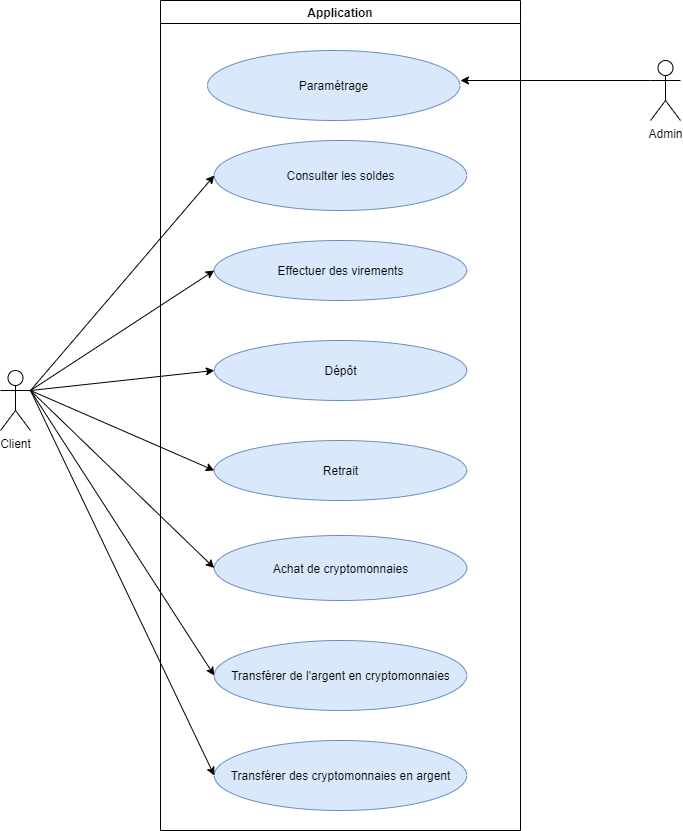
Before: diagrams/Use Case.png, a diagram exported from draw.io (SIO2-group/FulBank). Source tidied: cells renumbered, new cells last; positions are measured from the earlier drawing's top-left corner, leaving out a move shared by most shapes.
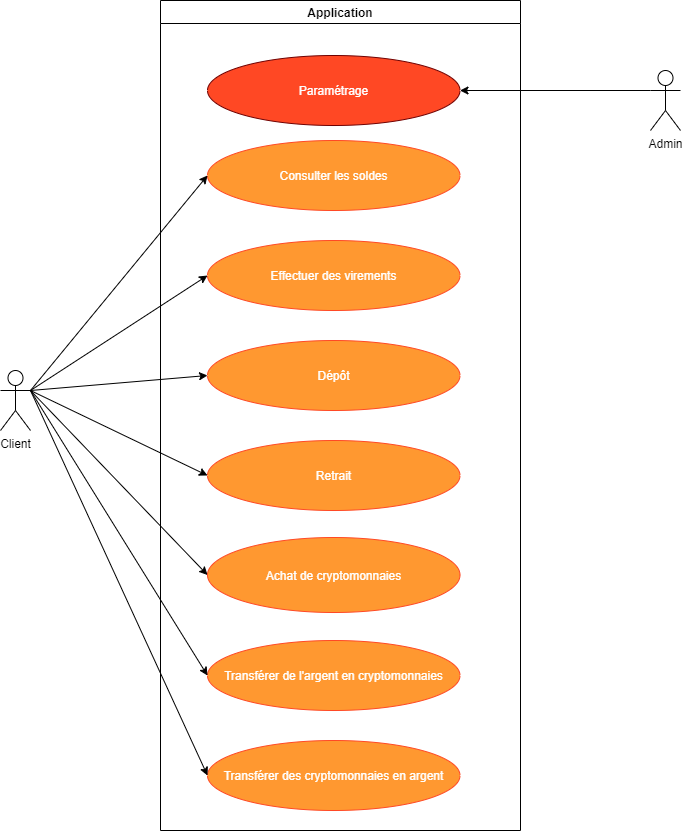
Later version of the same file.

What changed in the source:
```diff
@@ -8,30 +8,30 @@
     <mxCell id="3" value="Application" style="swimlane;" parent="1" vertex="1">
       <mxGeometry x="160" width="360" height="830" as="geometry" />
     </mxCell>
-    <mxCell id="4" value="Achat de cryptomonnaies" style="ellipse;whiteSpace=wrap;html=1;fillColor=#dae8fc;strokeColor=#6c8ebf;" parent="3" vertex="1">
-      <mxGeometry x="53.8" y="535" width="252.5" height="65" as="geometry" />
+    <mxCell id="4" value="Achat de cryptomonnaies" style="ellipse;whiteSpace=wrap;html=1;fontColor=#ffffff;fillColor=#FF9830;strokeColor=#FF4824;" parent="3" vertex="1">
+      <mxGeometry x="47" y="537" width="252.5" height="75" as="geometry" />
     </mxCell>
-    <mxCell id="5" value="Dépôt" style="ellipse;whiteSpace=wrap;html=1;fillColor=#dae8fc;strokeColor=#6c8ebf;" parent="3" vertex="1">
-      <mxGeometry x="53.8" y="340" width="252.5" height="60" as="geometry" />
+    <mxCell id="5" value="Dépôt" style="ellipse;whiteSpace=wrap;html=1;fontColor=#ffffff;fillColor=#FF9830;strokeColor=#FF4824;" parent="3" vertex="1">
+      <mxGeometry x="47" y="340" width="252.5" height="70" as="geometry" />
     </mxCell>
-    <mxCell id="6" value="Retrait" style="ellipse;whiteSpace=wrap;html=1;fillColor=#dae8fc;strokeColor=#6c8ebf;" parent="3" vertex="1">
-      <mxGeometry x="53.8" y="440" width="252.5" height="60" as="geometry" />
+    <mxCell id="6" value="Retrait" style="ellipse;whiteSpace=wrap;html=1;fontColor=#ffffff;fillColor=#FF9830;strokeColor=#FF4824;" parent="3" vertex="1">
+      <mxGeometry x="47" y="440" width="252.5" height="70" as="geometry" />
     </mxCell>
-    <mxCell id="7" value="Effectuer des virements" style="ellipse;whiteSpace=wrap;html=1;fillColor=#dae8fc;strokeColor=#6c8ebf;" parent="3" vertex="1">
-      <mxGeometry x="53.8" y="240" width="252.5" height="60" as="geometry" />
+    <mxCell id="7" value="Effectuer des virements" style="ellipse;whiteSpace=wrap;html=1;fontColor=#ffffff;fillColor=#FF9830;strokeColor=#FF4824;" parent="3" vertex="1">
+      <mxGeometry x="47" y="240" width="252.5" height="70" as="geometry" />
     </mxCell>
-    <mxCell id="8" value="Consulter les soldes" style="ellipse;whiteSpace=wrap;html=1;fillColor=#dae8fc;strokeColor=#6c8ebf;" parent="3" vertex="1">
-      <mxGeometry x="53.8" y="140" width="252.5" height="70" as="geometry" />
+    <mxCell id="8" value="Consulter les soldes" style="ellipse;whiteSpace=wrap;html=1;fontColor=#ffffff;fillColor=#FF9830;strokeColor=#FF4824;" parent="3" vertex="1">
+      <mxGeometry x="47" y="140" width="252.5" height="70" as="geometry" />
     </mxCell>
-    <mxCell id="9" value="Paramétrage" style="ellipse;whiteSpace=wrap;html=1;fillColor=#dae8fc;strokeColor=#6c8ebf;" parent="3" vertex="1">
-      <mxGeometry x="47" y="50" width="252.5" height="70" as="geometry" />
-    </mxCell>
-    <mxCell id="10" value="Transférer de l'argent en cryptomonnaies" style="ellipse;whiteSpace=wrap;html=1;fillColor=#dae8fc;strokeColor=#6c8ebf;" parent="3" vertex="1">
-      <mxGeometry x="53.8" y="640" width="252.5" height="70" as="geometry" />
+    <mxCell id="10" value="Transférer de l'argent en cryptomonnaies" style="ellipse;whiteSpace=wrap;html=1;fontColor=#ffff;fillColor=#FF9830;strokeColor=#FF4824;" parent="3" vertex="1">
+      <mxGeometry x="47" y="640" width="252.5" height="70" as="geometry" />
     </mxCell>
-    <mxCell id="11" value="Transférer des cryptomonnaies en argent" style="ellipse;whiteSpace=wrap;html=1;fillColor=#dae8fc;strokeColor=#6c8ebf;" parent="3" vertex="1">
-      <mxGeometry x="53.8" y="740" width="252.5" height="70" as="geometry" />
+    <mxCell id="11" value="Transférer des cryptomonnaies en argent" style="ellipse;whiteSpace=wrap;html=1;fontColor=#ffff;fillColor=#FF9830;strokeColor=#FF4824;" parent="3" vertex="1">
+      <mxGeometry x="47" y="740" width="252.5" height="70" as="geometry" />
     </mxCell>
+    <mxCell id="9" value="Paramétrage" style="ellipse;whiteSpace=wrap;html=1;strokeColor=#6F0000;fontColor=#ffffff;fillColor=#FF4824;" parent="3" vertex="1">
+      <mxGeometry x="47" y="55" width="252.5" height="70" as="geometry" />
+    </mxCell>
     <mxCell id="12" style="endArrow=classic;html=1;exitX=1;exitY=0.3333333333333333;exitDx=0;exitDy=0;exitPerimeter=0;entryX=0;entryY=0.5;entryDx=0;entryDy=0;" parent="1" edge="1" source="2" target="8">
       <mxGeometry relative="1" as="geometry" />
     </mxCell>
@@ -50,12 +50,10 @@
       <mxGeometry relative="1" as="geometry" />
     </mxCell>
     <mxCell id="17" value="Admin" style="shape=umlActor;verticalLabelPosition=bottom;verticalAlign=top;html=1;outlineConnect=0;" parent="1" vertex="1">
-      <mxGeometry x="650" y="60" width="30" height="60" as="geometry" />
+      <mxGeometry x="650" y="70" width="30" height="60" as="geometry" />
     </mxCell>
-    <mxCell id="18" style="endArrow=classic;html=1;exitX=0;exitY=0.3333333333333333;exitDx=0;exitDy=0;exitPerimeter=0;" parent="1" edge="1" source="17">
-      <mxGeometry relative="1" as="geometry">
-        <mxPoint x="460" y="80" as="targetPoint" />
-      </mxGeometry>
+    <mxCell id="18" style="endArrow=classic;html=1;exitX=0;exitY=0.3333333333333333;exitDx=0;exitDy=0;exitPerimeter=0;" parent="1" edge="1" source="17" target="9">
+      <mxGeometry relative="1" as="geometry" />
     </mxCell>
     <mxCell id="19" style="endArrow=classic;html=1;entryX=0;entryY=0.5;entryDx=0;entryDy=0;" parent="1" edge="1" target="10">
       <mxGeometry relative="1" as="geometry">
```
